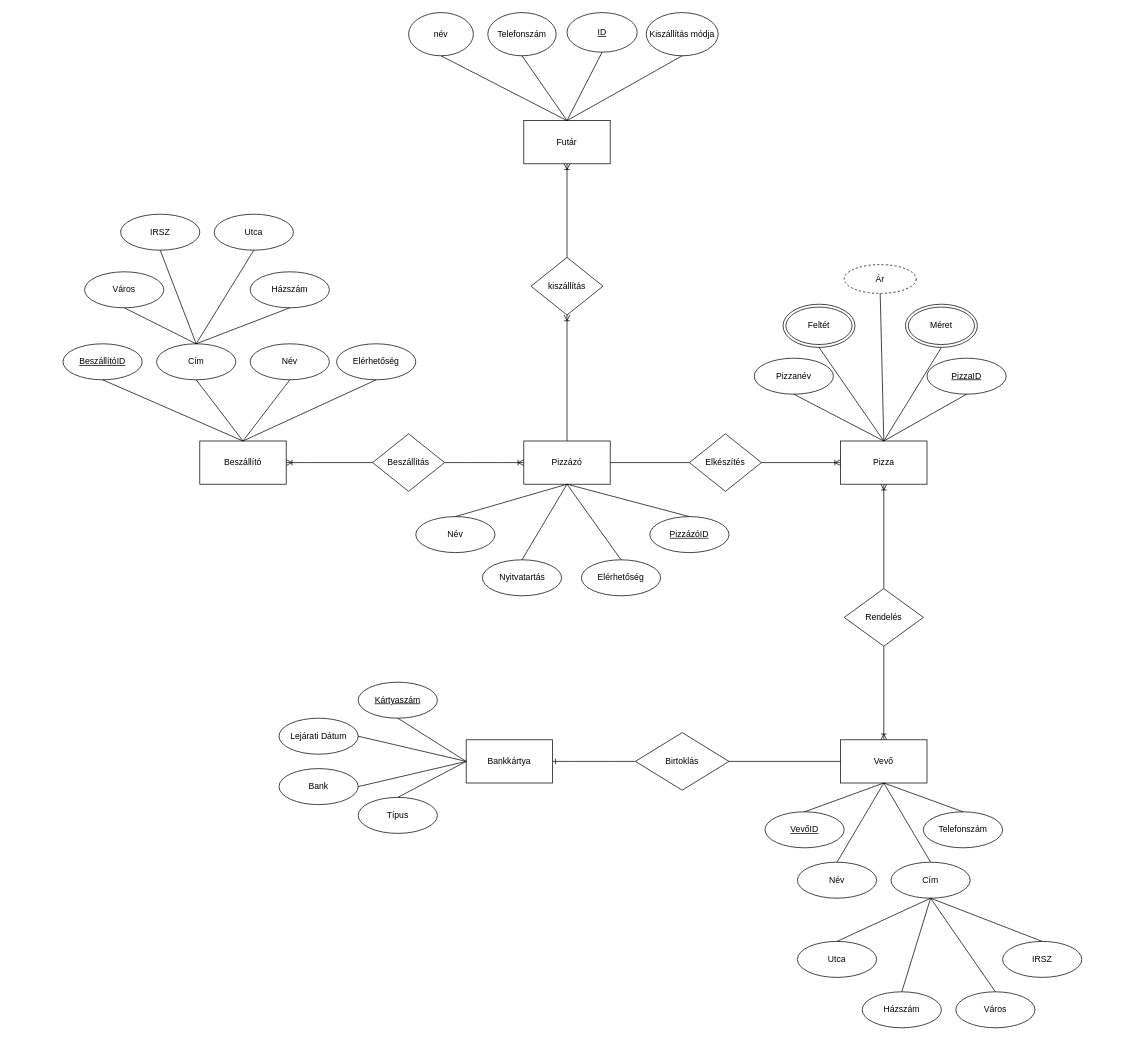
Above: D1H8VP_FÉLÉVES/ER-modell.drawio in laszlobodnar14/D1H8VP_DB1Gyak (draw.io), before the change. Source tidied: cells renumbered, new cells numbered last; positions are measured from the earlier drawing's top-left corner, leaving out a move shared by most shapes. Both pictures are drawn from the tidied source at 72%, with x=0, y=0 at pixel (63, 12).
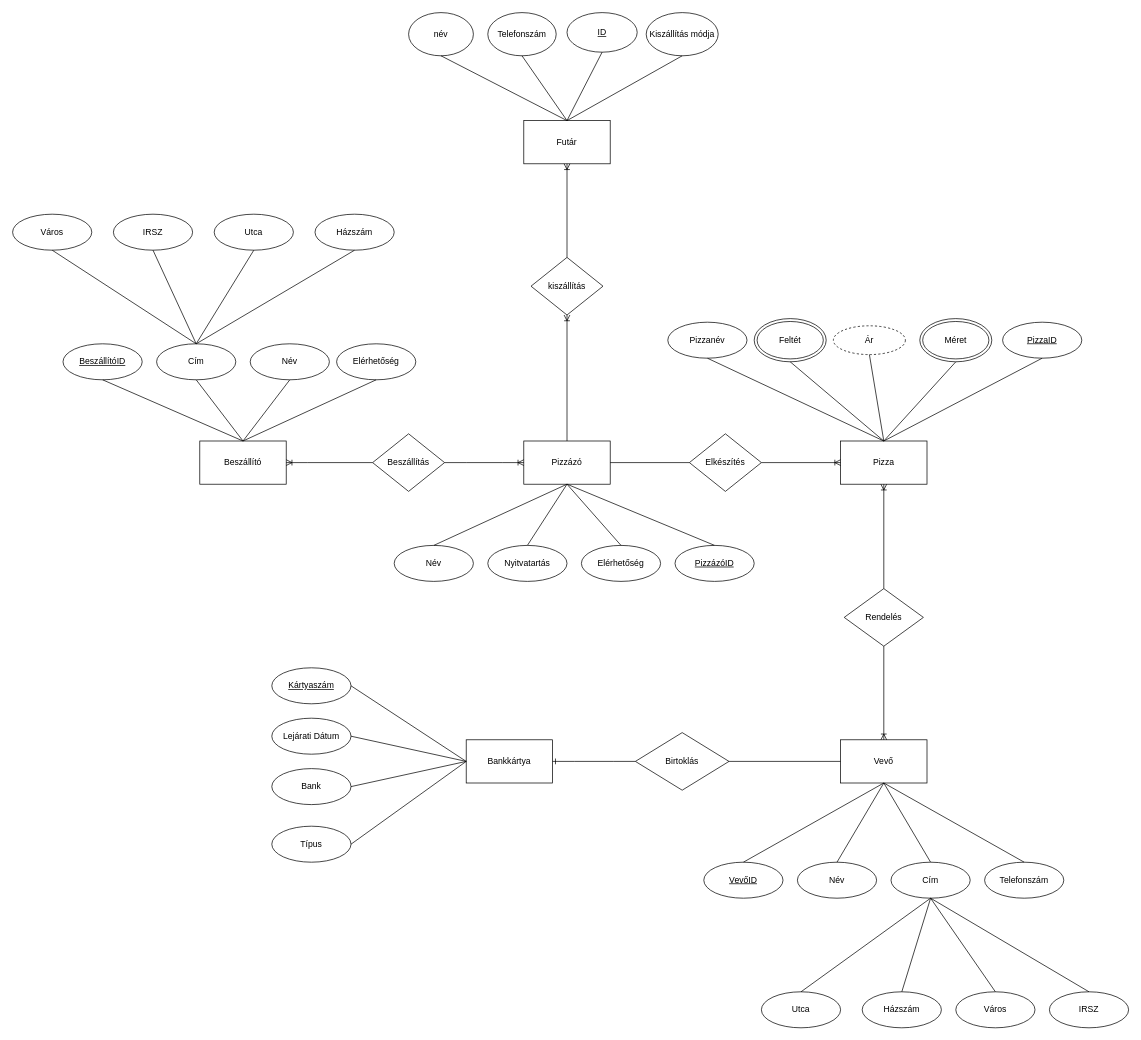
The same diagram, later.

Unchanged cells that the change refers to:
```xml
<mxCell id="20" value="Bankkártya" style="rounded=0;whiteSpace=wrap;html=1;" parent="1" vertex="1">
  <mxGeometry x="560" y="1010" width="120" height="60" as="geometry" />
</mxCell>
```

Diff of the diagram source:
```diff
@@
     <mxCell id="29" value="Város" style="ellipse;whiteSpace=wrap;html=1;" parent="1" vertex="1">
-      <mxGeometry x="30" y="360" width="110" height="50" as="geometry" />
+      <mxGeometry x="-70" y="280" width="110" height="50" as="geometry" />
     </mxCell>
     <mxCell id="30" value="IRSZ" style="ellipse;whiteSpace=wrap;html=1;" parent="1" vertex="1">
-      <mxGeometry x="80" y="280" width="110" height="50" as="geometry" />
+      <mxGeometry x="70" y="280" width="110" height="50" as="geometry" />
     </mxCell>
@@
     <mxCell id="32" value="Házszám" style="ellipse;whiteSpace=wrap;html=1;" parent="1" vertex="1">
-      <mxGeometry x="260" y="360" width="110" height="50" as="geometry" />
+      <mxGeometry x="350" y="280" width="110" height="50" as="geometry" />
     </mxCell>
@@
     <mxCell id="37" value="&lt;u&gt;Kártyaszám&lt;/u&gt;" style="ellipse;whiteSpace=wrap;html=1;" parent="1" vertex="1">
-      <mxGeometry x="410" y="930" width="110" height="50" as="geometry" />
+      <mxGeometry x="290" y="910" width="110" height="50" as="geometry" />
     </mxCell>
     <mxCell id="38" value="Lejárati Dátum" style="ellipse;whiteSpace=wrap;html=1;" parent="1" vertex="1">
-      <mxGeometry x="300" y="980" width="110" height="50" as="geometry" />
+      <mxGeometry x="290" y="980" width="110" height="50" as="geometry" />
     </mxCell>
     <mxCell id="39" value="Bank" style="ellipse;whiteSpace=wrap;html=1;" parent="1" vertex="1">
-      <mxGeometry x="300" y="1050" width="110" height="50" as="geometry" />
+      <mxGeometry x="290" y="1050" width="110" height="50" as="geometry" />
     </mxCell>
     <mxCell id="40" value="Típus" style="ellipse;whiteSpace=wrap;html=1;" parent="1" vertex="1">
-      <mxGeometry x="410" y="1090" width="110" height="50" as="geometry" />
+      <mxGeometry x="290" y="1130" width="110" height="50" as="geometry" />
     </mxCell>
-    <mxCell id="41" style="endArrow=none;html=1;rounded=0;entryX=0.5;entryY=1;entryDx=0;entryDy=0;exitX=0;exitY=0.5;exitDx=0;exitDy=0;" parent="1" edge="1" source="20" target="37">
+    <mxCell id="41" style="endArrow=none;html=1;rounded=0;entryX=1;entryY=0.5;entryDx=0;entryDy=0;exitX=0;exitY=0.5;exitDx=0;exitDy=0;" parent="1" edge="1" source="20" target="37">
       <mxGeometry relative="1" as="geometry" />
     </mxCell>
@@
-    <mxCell id="44" style="endArrow=none;html=1;rounded=0;entryX=0.5;entryY=0;entryDx=0;entryDy=0;exitX=0;exitY=0.5;exitDx=0;exitDy=0;" parent="1" edge="1" source="20" target="40">
+    <mxCell id="44" style="endArrow=none;html=1;rounded=0;entryX=1;entryY=0.5;entryDx=0;entryDy=0;exitX=0;exitY=0.5;exitDx=0;exitDy=0;" parent="1" edge="1" source="20" target="40">
       <mxGeometry relative="1" as="geometry" />
     </mxCell>
     <mxCell id="45" value="Név" style="ellipse;whiteSpace=wrap;html=1;" parent="1" vertex="1">
-      <mxGeometry x="490" y="700" width="110" height="50" as="geometry" />
+      <mxGeometry x="460" y="740" width="110" height="50" as="geometry" />
     </mxCell>
     <mxCell id="46" value="Nyitvatartás" style="ellipse;whiteSpace=wrap;html=1;" parent="1" vertex="1">
-      <mxGeometry x="582.5" y="760" width="110" height="50" as="geometry" />
+      <mxGeometry x="590" y="740" width="110" height="50" as="geometry" />
     </mxCell>
     <mxCell id="47" value="Elérhetőség" style="ellipse;whiteSpace=wrap;html=1;" parent="1" vertex="1">
-      <mxGeometry x="720" y="760" width="110" height="50" as="geometry" />
+      <mxGeometry x="720" y="740" width="110" height="50" as="geometry" />
     </mxCell>
     <mxCell id="48" value="&lt;u&gt;PizzázóID&lt;/u&gt;" style="ellipse;whiteSpace=wrap;html=1;" parent="1" vertex="1">
-      <mxGeometry x="815" y="700" width="110" height="50" as="geometry" />
+      <mxGeometry x="850" y="740" width="110" height="50" as="geometry" />
     </mxCell>
@@
     <mxCell id="53" value="Pizzanév" style="ellipse;whiteSpace=wrap;html=1;" parent="1" vertex="1">
-      <mxGeometry x="960" y="480" width="110" height="50" as="geometry" />
+      <mxGeometry x="840" y="430" width="110" height="50" as="geometry" />
     </mxCell>
     <mxCell id="54" value="&lt;u&gt;PizzaID&lt;/u&gt;" style="ellipse;whiteSpace=wrap;html=1;" parent="1" vertex="1">
-      <mxGeometry x="1200" y="480" width="110" height="50" as="geometry" />
+      <mxGeometry x="1305" y="430" width="110" height="50" as="geometry" />
     </mxCell>
     <mxCell id="55" value="Feltét" style="ellipse;shape=doubleEllipse;whiteSpace=wrap;html=1;" parent="1" vertex="1">
-      <mxGeometry x="1000" y="405" width="100" height="60" as="geometry" />
+      <mxGeometry x="960" y="425" width="100" height="60" as="geometry" />
     </mxCell>
     <mxCell id="56" value="Méret" style="ellipse;shape=doubleEllipse;whiteSpace=wrap;html=1;" parent="1" vertex="1">
-      <mxGeometry x="1170" y="405" width="100" height="60" as="geometry" />
+      <mxGeometry x="1190" y="425" width="100" height="60" as="geometry" />
     </mxCell>
     <mxCell id="57" value="Ár" style="ellipse;whiteSpace=wrap;html=1;align=center;dashed=1;" parent="1" vertex="1">
-      <mxGeometry x="1085" y="350" width="100" height="40" as="geometry" />
+      <mxGeometry x="1070" y="435" width="100" height="40" as="geometry" />
     </mxCell>
@@
     <mxCell id="63" value="&lt;u&gt;VevőID&lt;/u&gt;" style="ellipse;whiteSpace=wrap;html=1;" parent="1" vertex="1">
-      <mxGeometry x="975" y="1110" width="110" height="50" as="geometry" />
+      <mxGeometry x="890" y="1180" width="110" height="50" as="geometry" />
     </mxCell>
@@
     <mxCell id="66" value="Telefonszám" style="ellipse;whiteSpace=wrap;html=1;" parent="1" vertex="1">
-      <mxGeometry x="1195" y="1110" width="110" height="50" as="geometry" />
+      <mxGeometry x="1280" y="1180" width="110" height="50" as="geometry" />
     </mxCell>
@@
     <mxCell id="71" value="Utca" style="ellipse;whiteSpace=wrap;html=1;" parent="1" vertex="1">
-      <mxGeometry x="1020" y="1290" width="110" height="50" as="geometry" />
+      <mxGeometry x="970" y="1360" width="110" height="50" as="geometry" />
     </mxCell>
@@
     <mxCell id="74" value="IRSZ" style="ellipse;whiteSpace=wrap;html=1;" parent="1" vertex="1">
-      <mxGeometry x="1305" y="1290" width="110" height="50" as="geometry" />
+      <mxGeometry x="1370" y="1360" width="110" height="50" as="geometry" />
     </mxCell>
```
